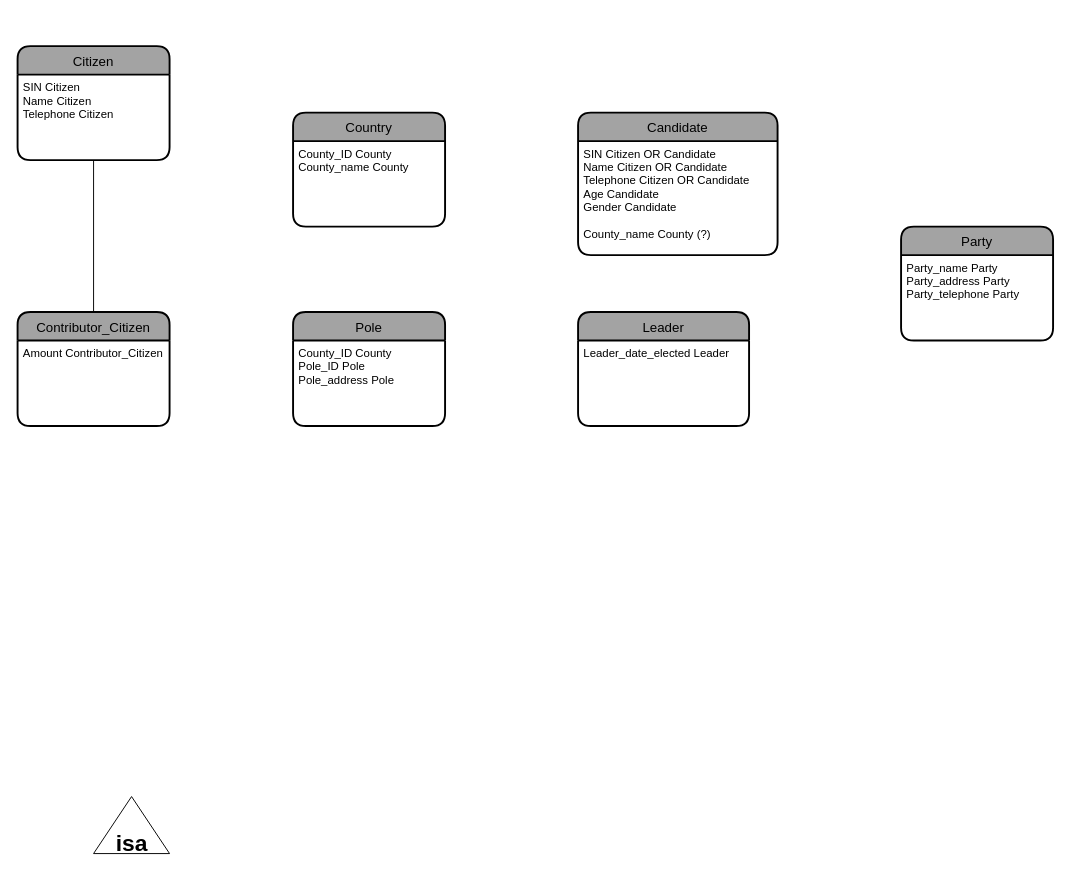
Earlier version of the draw.io diagram Conceptual_A1.drawio (riri404/COMP-353-A1). Source tidied: cells renumbered, new cells numbered last; positions are measured from the earlier drawing's top-left corner, leaving out a move shared by most shapes. Both pictures are drawn from the tidied source at 95%, with x=0, y=0 at pixel (17, 46).
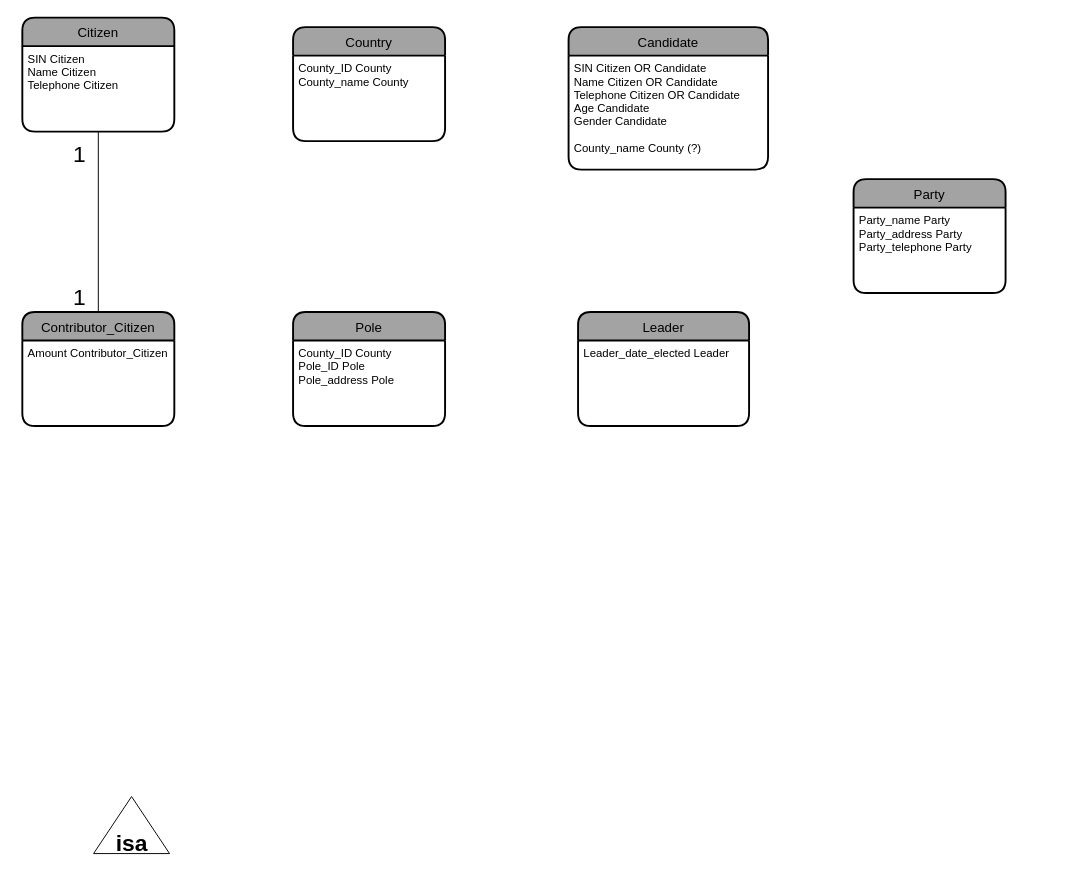
The same diagram, later.

The edit, as a diff of the source:
```diff
@@
     <mxCell id="2" value="Citizen" style="swimlane;horizontal=1;startSize=30;rounded=1;fontSize=14;fontStyle=0;strokeWidth=2;shadow=0;dashed=0;align=center;fillColor=#A3A3A3;" parent="1" vertex="1">
-      <mxGeometry width="160" height="120" as="geometry" />
+      <mxGeometry x="5" y="-30" width="160" height="120" as="geometry" />
     </mxCell>
@@
     <mxCell id="4" value="Country" style="swimlane;horizontal=1;startSize=30;rounded=1;fontSize=14;fontStyle=0;strokeWidth=2;shadow=0;dashed=0;align=center;fillColor=#A3A3A3;" parent="1" vertex="1">
-      <mxGeometry x="290" y="70" width="160" height="120" as="geometry" />
+      <mxGeometry x="290" y="-20" width="160" height="120" as="geometry" />
     </mxCell>
@@
     <mxCell id="8" value="Candidate" style="swimlane;horizontal=1;startSize=30;rounded=1;fontSize=14;fontStyle=0;strokeWidth=2;shadow=0;dashed=0;align=center;fillColor=#A3A3A3;" parent="1" vertex="1">
-      <mxGeometry x="590" y="70" width="210" height="150" as="geometry" />
+      <mxGeometry x="580" y="-20" width="210" height="150" as="geometry" />
     </mxCell>
@@
     <mxCell id="10" value="Party" style="swimlane;horizontal=1;startSize=30;rounded=1;fontSize=14;fontStyle=0;strokeWidth=2;shadow=0;dashed=0;align=center;fillColor=#A3A3A3;" parent="1" vertex="1">
-      <mxGeometry x="930" y="190" width="160" height="120" as="geometry" />
+      <mxGeometry x="880" y="140" width="160" height="120" as="geometry" />
     </mxCell>
@@
     <mxCell id="14" value="Contributor_Citizen" style="swimlane;horizontal=1;startSize=30;rounded=1;fontSize=14;fontStyle=0;strokeWidth=2;shadow=0;dashed=0;align=center;fillColor=#A3A3A3;" parent="1" vertex="1">
-      <mxGeometry y="280" width="160" height="120" as="geometry" />
+      <mxGeometry x="5" y="280" width="160" height="120" as="geometry" />
     </mxCell>
@@
+    <mxCell id="19" value="1" style="text;html=1;align=center;verticalAlign=middle;strokeColor=none;fillColor=none;fontSize=24;" parent="1" vertex="1">
+      <mxGeometry x="50" y="100" width="30" height="30" as="geometry" />
+    </mxCell>
+    <mxCell id="20" value="1" style="text;html=1;align=center;verticalAlign=middle;strokeColor=none;fillColor=none;fontSize=24;" parent="1" vertex="1">
+      <mxGeometry x="50" y="250" width="30" height="30" as="geometry" />
+    </mxCell>
```
